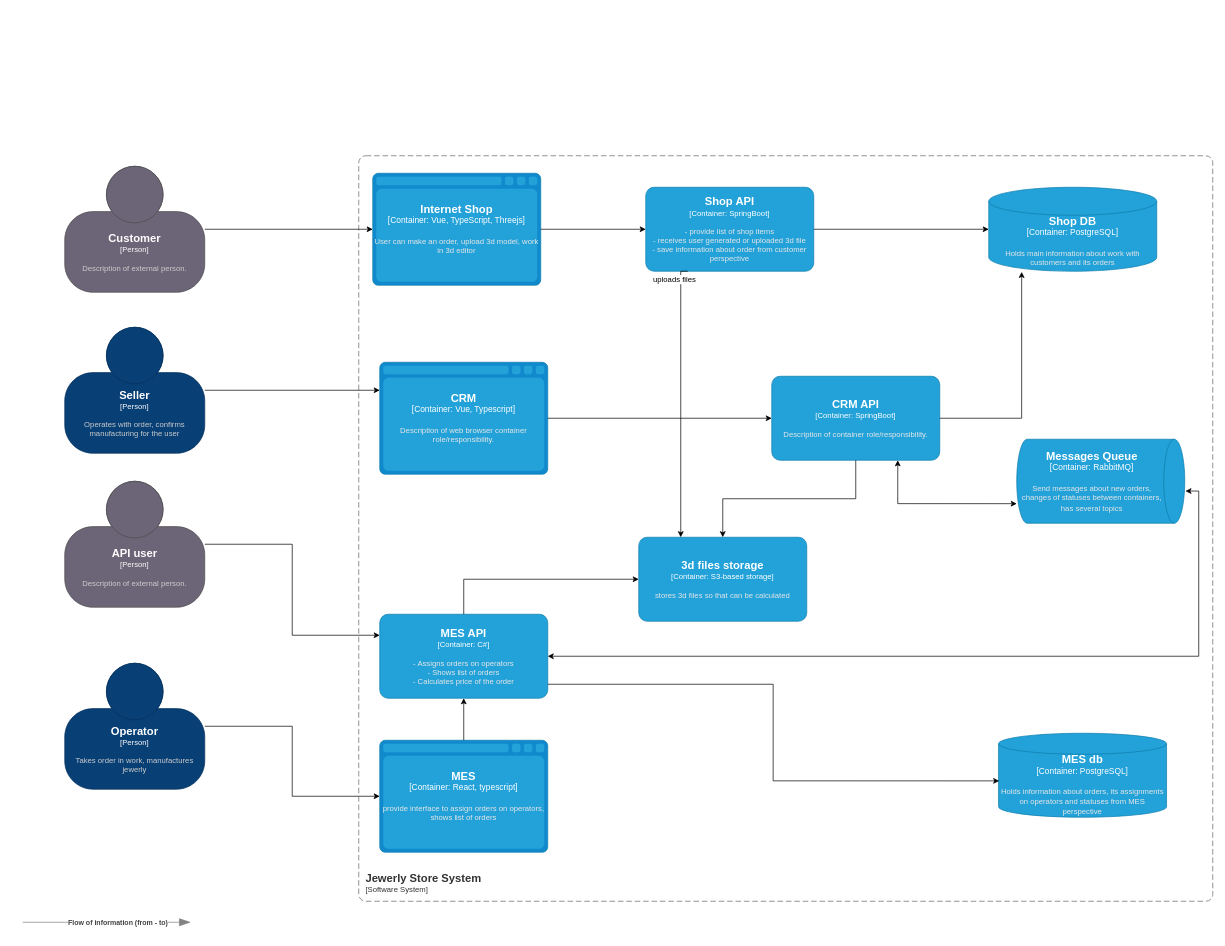
This is jewerly_c4_model.drawio from PavelNedviga/architecture-alexandrite, a draw.io file, before an edit. Source tidied: cells renumbered, new cells numbered last; positions are measured from the earlier drawing's top-left corner, leaving out a move shared by most shapes. Both pictures are drawn from the tidied source at 70%, with x=0, y=0 at pixel (22, 155).
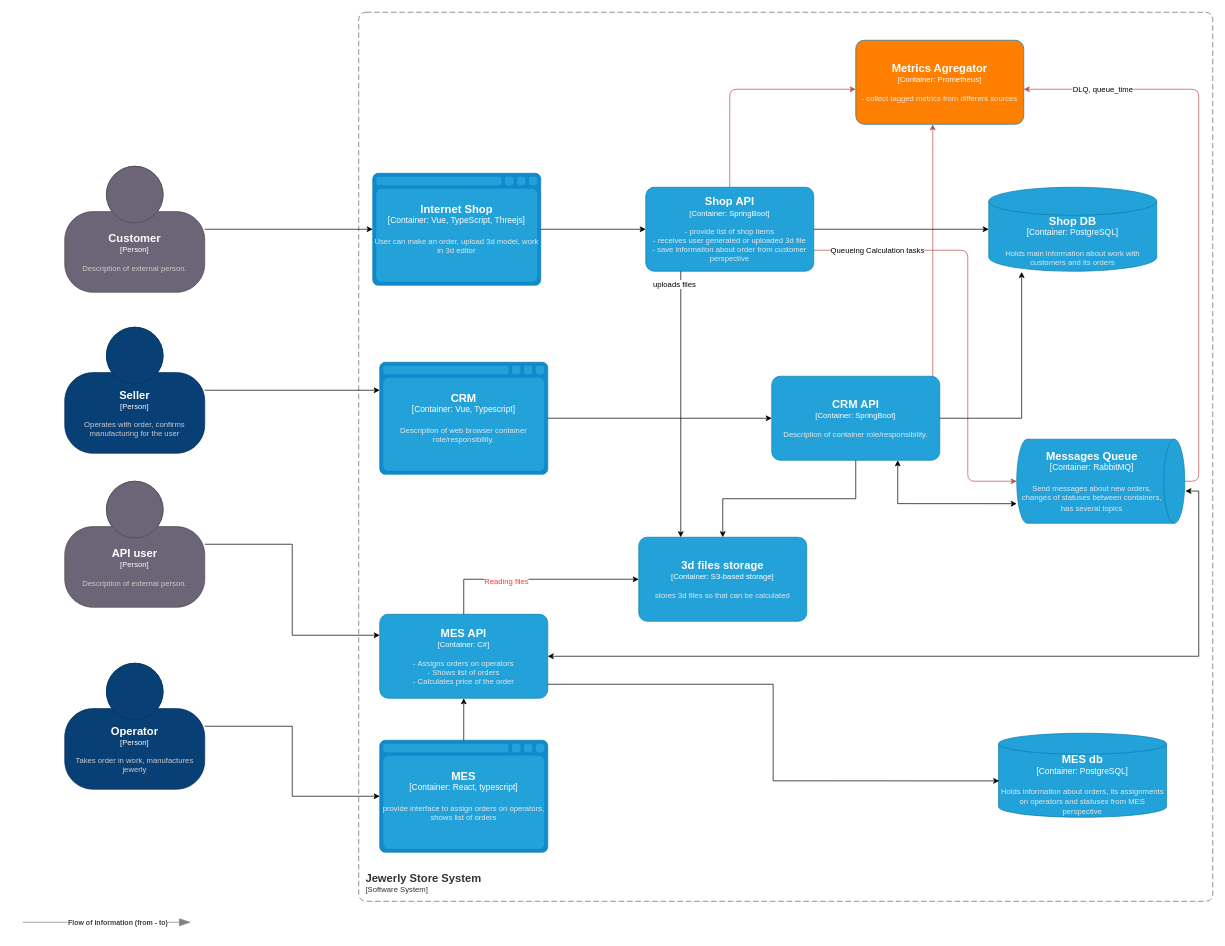
Above is the later version.

Commit message (it also covers changes not shown here):
Task3 no scheme c4

The change refers to these unchanged cells:
```xml
<object id="3" label="&lt;font style=&quot;font-size: 16px&quot;&gt;&lt;b&gt;%c4Name%&lt;/b&gt;&lt;/font&gt;&lt;div&gt;[%c4Type%:&amp;nbsp;%c4Technology%]&lt;/div&gt;&lt;br&gt;&lt;div&gt;&lt;font style=&quot;font-size: 11px&quot;&gt;&lt;font color=&quot;#E6E6E6&quot;&gt;%c4Description%&lt;/font&gt;&lt;/div&gt;" c4Description="Send messages about new orders, changes of statuses between containers, has several topics" c4Name="Messages Queue" c4Technology="RabbitMQ" c4Type="Container" placeholders="1">
  <mxCell style="shape=cylinder3;size=15;direction=south;whiteSpace=wrap;html=1;boundedLbl=1;rounded=0;labelBackgroundColor=none;fillColor=#23A2D9;fontSize=12;fontColor=#ffffff;align=center;strokeColor=#0E7DAD;points=[[0.5,0,0],[1,0.25,0],[1,0.5,0],[1,0.75,0],[0.5,1,0],[0,0.75,0],[0,0.5,0],[0,0.25,0]];" parent="1" vertex="1">
    <mxGeometry x="1420" y="405" width="240" height="120" as="geometry" />
  </mxCell>
</object>
<object id="10" label="&lt;font style=&quot;font-size: 16px&quot;&gt;&lt;b&gt;%c4Name%&lt;/b&gt;&lt;/font&gt;&lt;div&gt;[%c4Type%: %c4Technology%]&lt;/div&gt;&lt;br&gt;&lt;div&gt;&lt;font style=&quot;font-size: 11px&quot;&gt;&lt;font color=&quot;#E6E6E6&quot;&gt;%c4Description%&lt;/font&gt;&lt;/div&gt;" c4Description="- provide list of shop items&#10;- receives user generated or uploaded 3d file&#10;- save information about order from customer perspective&#10;" c4Name="Shop API" c4Technology="SpringBoot" c4Type="Container" placeholders="1">
  <mxCell style="rounded=1;whiteSpace=wrap;html=1;fontSize=11;labelBackgroundColor=none;fillColor=#23A2D9;fontColor=#ffffff;align=center;arcSize=10;strokeColor=#0E7DAD;points=[[0.25,0,0],[0.5,0,0],[0.75,0,0],[1,0.25,0],[1,0.5,0],[1,0.75,0],[0.75,1,0],[0.5,1,0],[0.25,1,0],[0,0.75,0],[0,0.5,0],[0,0.25,0]];" parent="1" vertex="1">
    <mxGeometry x="890" y="45" width="240" height="120" as="geometry" />
  </mxCell>
</object>
<object id="12" label="&lt;font style=&quot;font-size: 16px&quot;&gt;&lt;b&gt;%c4Name%&lt;/b&gt;&lt;/font&gt;&lt;div&gt;[%c4Type%: %c4Technology%]&lt;/div&gt;&lt;br&gt;&lt;div&gt;&lt;font style=&quot;font-size: 11px&quot;&gt;&lt;font color=&quot;#E6E6E6&quot;&gt;%c4Description%&lt;/font&gt;&lt;/div&gt;" c4Description="Description of container role/responsibility." c4Name="CRM API" c4Technology="SpringBoot" c4Type="Container" placeholders="1">
  <mxCell style="rounded=1;whiteSpace=wrap;html=1;fontSize=11;labelBackgroundColor=none;fillColor=#23A2D9;fontColor=#ffffff;align=center;arcSize=10;strokeColor=#0E7DAD;points=[[0.25,0,0],[0.5,0,0],[0.75,0,0],[1,0.25,0],[1,0.5,0],[1,0.75,0],[0.75,1,0],[0.5,1,0],[0.25,1,0],[0,0.75,0],[0,0.5,0],[0,0.25,0]];" parent="1" vertex="1">
    <mxGeometry x="1070" y="315" width="240" height="120" as="geometry" />
  </mxCell>
</object>
<object id="25" label="&lt;font style=&quot;font-size: 16px&quot;&gt;&lt;b&gt;%c4Name%&lt;/b&gt;&lt;/font&gt;&lt;div&gt;[%c4Type%: %c4Technology%]&lt;/div&gt;&lt;br&gt;&lt;div&gt;&lt;font style=&quot;font-size: 11px&quot;&gt;&lt;font color=&quot;#E6E6E6&quot;&gt;%c4Description%&lt;/font&gt;&lt;/div&gt;" c4Description="stores 3d files so that can be calculated" c4Name="3d files storage" c4Technology="S3-based storage" c4Type="Container" placeholders="1">
  <mxCell style="rounded=1;whiteSpace=wrap;html=1;fontSize=11;labelBackgroundColor=none;fillColor=#23A2D9;fontColor=#ffffff;align=center;arcSize=10;strokeColor=#0E7DAD;points=[[0.25,0,0],[0.5,0,0],[0.75,0,0],[1,0.25,0],[1,0.5,0],[1,0.75,0],[0.75,1,0],[0.5,1,0],[0.25,1,0],[0,0.75,0],[0,0.5,0],[0,0.25,0]];" parent="1" vertex="1">
    <mxGeometry x="880" y="545" width="240" height="120" as="geometry" />
  </mxCell>
</object>
<mxCell id="26" style="edgeStyle=orthogonalEdgeStyle;rounded=0;jettySize=auto;html=1;entryX=0;entryY=0.5;entryDx=0;entryDy=0;entryPerimeter=0;" parent="1" edge="1" source="2" target="25">
  <mxGeometry relative="1" as="geometry">
    <Array as="points">
      <mxPoint x="630" y="605" />
    </Array>
  </mxGeometry>
</mxCell>
```

The edit, as a diff of the source:
```diff
@@
+    <mxCell id="34" style="edgeStyle=orthogonalEdgeStyle;html=1;fillColor=#f8cecc;strokeColor=#b85450;" parent="1" edge="1" source="3" target="41">
+      <mxGeometry relative="1" as="geometry">
+        <Array as="points">
+          <mxPoint x="1680" y="465" />
+          <mxPoint x="1680" y="-95" />
+        </Array>
+      </mxGeometry>
+    </mxCell>
+    <mxCell id="35" value="DLQ, queue_time" style="edgeLabel;html=1;align=center;verticalAlign=middle;fontFamily=Helvetica;fontSize=11;fontColor=default;labelBackgroundColor=default;" parent="34" vertex="1">
+      <mxGeometry x="0.73" y="-1" relative="1" as="geometry" />
+    </mxCell>
@@
+    <mxCell id="36" style="edgeStyle=orthogonalEdgeStyle;html=1;fillColor=#f8cecc;strokeColor=#b85450;" parent="1" edge="1" source="10" target="3">
+      <mxGeometry relative="1" as="geometry">
+        <Array as="points">
+          <mxPoint x="1350" y="135" />
+          <mxPoint x="1350" y="465" />
+        </Array>
+      </mxGeometry>
+    </mxCell>
+    <mxCell id="37" value="Queueing Calculation tasks" style="edgeLabel;html=1;align=center;verticalAlign=middle;" parent="36" vertex="1">
+      <mxGeometry x="-0.86" relative="1" as="geometry">
+        <mxPoint x="47" as="offset" />
+      </mxGeometry>
+    </mxCell>
+    <mxCell id="38" style="edgeStyle=orthogonalEdgeStyle;html=1;fillColor=#f8cecc;strokeColor=#b85450;" parent="1" edge="1" source="10" target="41">
+      <mxGeometry relative="1" as="geometry">
+        <Array as="points">
+          <mxPoint x="1010" y="-95" />
+        </Array>
+      </mxGeometry>
+    </mxCell>
@@
+    <mxCell id="39" style="edgeStyle=orthogonalEdgeStyle;shape=connector;rounded=1;html=1;strokeColor=#b85450;align=center;verticalAlign=middle;fontFamily=Helvetica;fontSize=11;fontColor=default;labelBackgroundColor=default;endArrow=classic;fillColor=#f8cecc;" parent="1" edge="1" source="12" target="41">
+      <mxGeometry relative="1" as="geometry">
+        <Array as="points">
+          <mxPoint x="1300" y="165" />
+          <mxPoint x="1300" y="165" />
+        </Array>
+      </mxGeometry>
+    </mxCell>
@@
     <object id="20" label="&lt;font style=&quot;font-size: 16px&quot;&gt;&lt;b&gt;&lt;div style=&quot;text-align: left&quot;&gt;%c4Name%&lt;/div&gt;&lt;/b&gt;&lt;/font&gt;&lt;div style=&quot;text-align: left&quot;&gt;[%c4Application%]&lt;/div&gt;" c4Application="Software System" c4Name="Jewerly Store System" placeholders="1">
       <mxCell style="rounded=1;fontSize=11;whiteSpace=wrap;html=1;dashed=1;arcSize=20;fillColor=none;strokeColor=#666666;fontColor=#333333;labelBackgroundColor=none;align=left;verticalAlign=bottom;labelBorderColor=none;spacingTop=0;spacing=10;dashPattern=8 4;perimeter=rectanglePerimeter;noLabel=0;labelPadding=0;absoluteArcSize=1;" parent="1" vertex="1">
-        <mxGeometry x="480" width="1220" height="1065" as="geometry" />
+        <mxGeometry x="480" y="-205" width="1220" height="1270" as="geometry" />
       </mxCell>
     </object>
@@
+    <mxCell id="40" value="Reading files" style="edgeLabel;html=1;align=center;verticalAlign=middle;fontColor=#FF3333;" parent="26" vertex="1">
+      <mxGeometry x="-0.27" y="-2" relative="1" as="geometry" />
+    </mxCell>
-    <mxCell id="27" style="edgeStyle=orthogonalEdgeStyle;rounded=0;jettySize=auto;html=1;entryX=0.25;entryY=0;entryDx=0;entryDy=0;entryPerimeter=0;exitX=0.25;exitY=1;exitDx=0;exitDy=0;exitPerimeter=0;" parent="1" edge="1" source="10" target="25">
+    <mxCell id="27" style="edgeStyle=orthogonalEdgeStyle;rounded=0;jettySize=auto;html=1;entryX=0.25;entryY=0;entryDx=0;entryDy=0;entryPerimeter=0;" parent="1" edge="1" source="10" target="25">
       <mxGeometry relative="1" as="geometry">
         <Array as="points">
-          <mxPoint x="940" y="165" />
+          <mxPoint x="940" y="255" />
+          <mxPoint x="940" y="255" />
         </Array>
       </mxGeometry>
     </mxCell>
@@
+    <object id="41" label="&lt;font style=&quot;font-size: 16px&quot;&gt;&lt;b&gt;%c4Name%&lt;/b&gt;&lt;/font&gt;&lt;div&gt;[%c4Type%: %c4Technology%]&lt;/div&gt;&lt;br&gt;&lt;div&gt;&lt;font style=&quot;font-size: 11px&quot;&gt;&lt;font color=&quot;#E6E6E6&quot;&gt;%c4Description%&lt;/font&gt;&lt;/div&gt;" c4Description="- collect tagged metrics from different sources&#10;" c4Name="Metrics Agregator" c4Technology="Prometheus" c4Type="Container" placeholders="1">
+      <mxCell style="rounded=1;whiteSpace=wrap;html=1;fontSize=11;labelBackgroundColor=none;fillColor=#FF8000;fontColor=#ffffff;align=center;arcSize=10;strokeColor=#0E7DAD;points=[[0.25,0,0],[0.5,0,0],[0.75,0,0],[1,0.25,0],[1,0.5,0],[1,0.75,0],[0.75,1,0],[0.5,1,0],[0.25,1,0],[0,0.75,0],[0,0.5,0],[0,0.25,0]];" parent="1" vertex="1">
+        <mxGeometry x="1190" y="-165" width="240" height="120" as="geometry" />
+      </mxCell>
+    </object>
```
